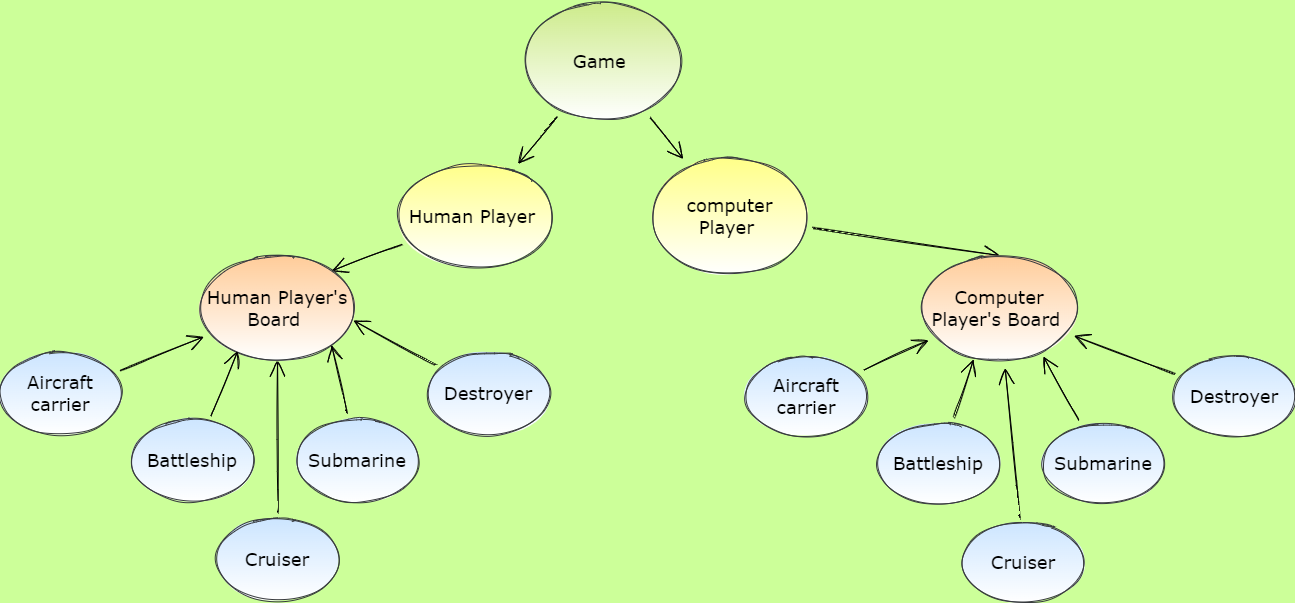
Earlier version of the draw.io export docs/objects.drawio.png (dnlbowers/battleships). Source tidied: cells renumbered, new cells last; positions are measured from the earlier drawing's top-left corner, leaving out a move shared by most shapes.
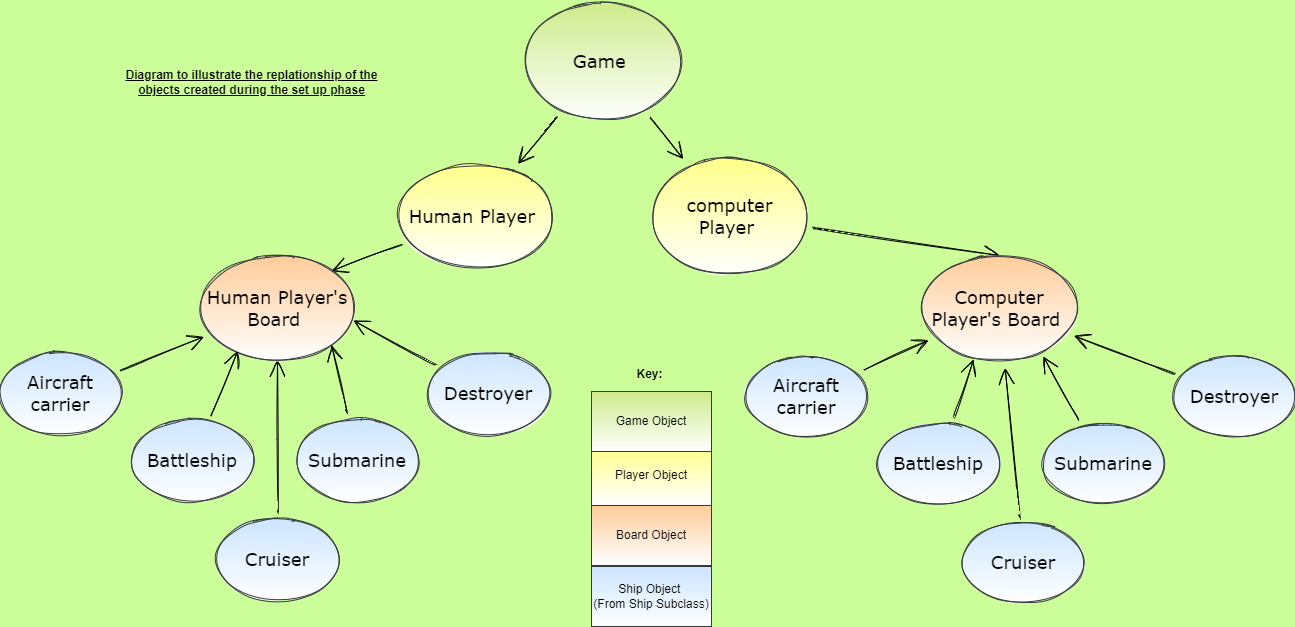
Above is the later version.

Commit message:
add key to objects flow chart

What changed in the source:
```diff
@@ -89,5 +89,23 @@
     <mxCell id="30" value="Destroyer" style="ellipse;whiteSpace=wrap;html=1;labelBackgroundColor=none;sketch=1;hachureGap=4;fillStyle=auto;fontFamily=Verdana;fontSize=18;fillColor=#cce5ff;strokeColor=#36393d;gradientColor=#ffffff;" parent="1" vertex="1">
       <mxGeometry x="1174" y="356" width="120" height="80" as="geometry" />
     </mxCell>
+    <mxCell id="31" value="Diagram to illustrate the replationship of the&lt;br&gt;objects created during the set up phase" style="text;html=1;align=center;verticalAlign=middle;strokeColor=none;fillColor=none;fontStyle=5;" parent="1" vertex="1">
+      <mxGeometry x="120" y="66" width="262" height="32" as="geometry" />
+    </mxCell>
+    <mxCell id="32" value="Ship Object &lt;br&gt;(From Ship Subclass)" style="rounded=0;whiteSpace=wrap;html=1;fillColor=#cce5ff;strokeColor=#36393d;gradientColor=#ffffff;" parent="1" vertex="1">
+      <mxGeometry x="591" y="566" width="120" height="60" as="geometry" />
+    </mxCell>
+    <mxCell id="33" value="Board Object" style="rounded=0;whiteSpace=wrap;html=1;fillColor=#ffcc99;strokeColor=#36393d;gradientColor=#ffffff;" parent="1" vertex="1">
+      <mxGeometry x="591" y="505" width="120" height="60" as="geometry" />
+    </mxCell>
+    <mxCell id="34" value="Player Object" style="rounded=0;whiteSpace=wrap;html=1;fillColor=#ffff88;strokeColor=#36393d;gradientColor=#ffffff;" parent="1" vertex="1">
+      <mxGeometry x="591" y="445" width="120" height="60" as="geometry" />
+    </mxCell>
+    <mxCell id="35" value="Game Object" style="rounded=0;whiteSpace=wrap;html=1;fillColor=#cdeb8b;strokeColor=#36393d;gradientColor=#ffffff;" parent="1" vertex="1">
+      <mxGeometry x="591" y="391" width="120" height="60" as="geometry" />
+    </mxCell>
+    <mxCell id="36" value="Key:" style="text;html=1;align=center;verticalAlign=middle;strokeColor=none;fillColor=none;fontStyle=1;" parent="1" vertex="1">
+      <mxGeometry x="631" y="365" width="36" height="18" as="geometry" />
+    </mxCell>
   </root>
 </mxGraphModel>
```
